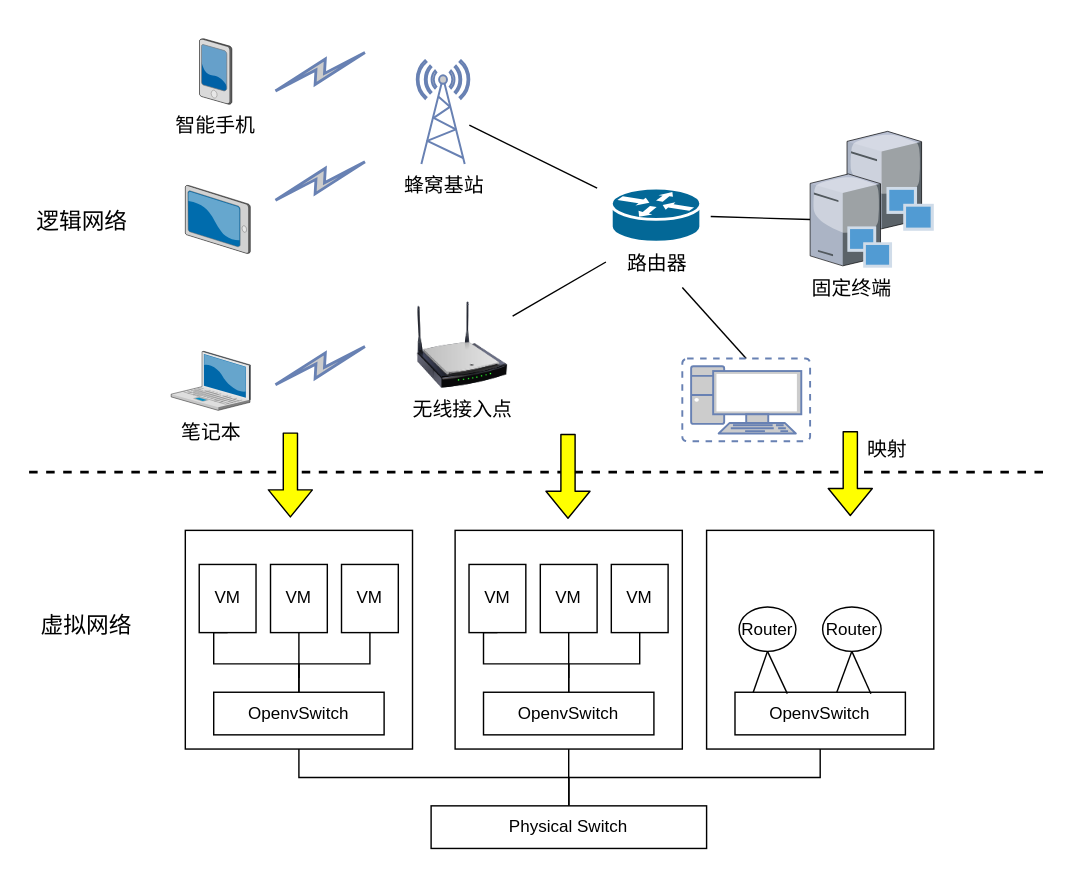
Icarus1994/neutron_conf keeps this draw.io diagram as page "逻辑网络与虚拟网络" (1 of 3) of 移动互联网场景图.drawio. Above is the earlier version. Source tidied: cells renumbered, new cells numbered last; positions are measured from the earlier drawing's top-left corner, leaving out a move shared by most shapes. Both pictures are drawn from the tidied source at 142%, with x=0, y=0 at pixel (24, 38).
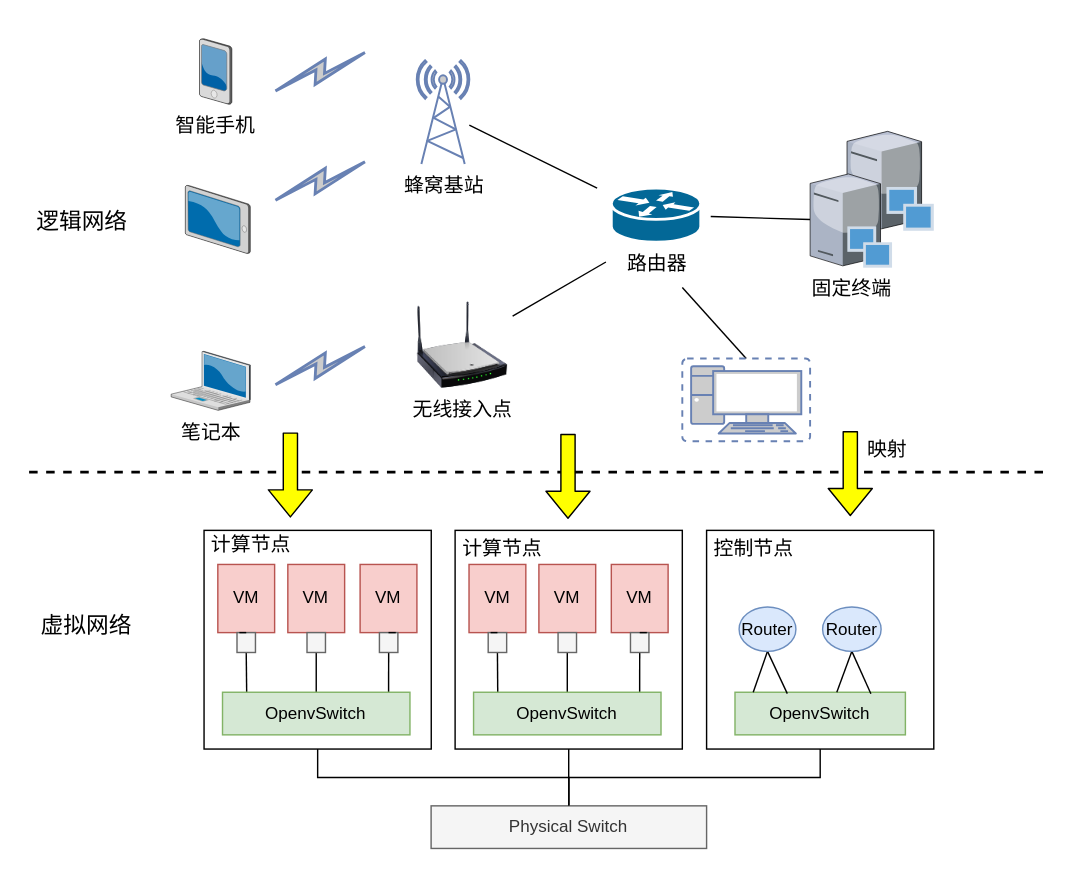
The same diagram, later.

What changed in the source:
```diff
@@
-    <mxCell id="21" style="edgeStyle=orthogonalEdgeStyle;rounded=0;jettySize=auto;html=1;exitX=0.5;exitY=1;exitDx=0;exitDy=0;entryX=0.5;entryY=0;entryDx=0;entryDy=0;endArrow=none;endFill=0;" parent="1" edge="1" source="22" target="49">
-      <mxGeometry relative="1" as="geometry" />
-    </mxCell>
-    <mxCell id="22" style="rounded=0;whiteSpace=wrap;html=1;" parent="1" vertex="1">
-      <mxGeometry x="113" y="346" width="160" height="154" as="geometry" />
-    </mxCell>
-    <mxCell id="23" style="edgeStyle=orthogonalEdgeStyle;rounded=0;jettySize=auto;html=1;exitX=0.5;exitY=1;exitDx=0;exitDy=0;endArrow=none;endFill=0;" parent="1" edge="1" source="24" target="30">
-      <mxGeometry relative="1" as="geometry">
-        <Array as="points">
-          <mxPoint x="133" y="440" />
-          <mxPoint x="193" y="440" />
-        </Array>
-      </mxGeometry>
-    </mxCell>
-    <mxCell id="24" value="VM" style="rounded=0;whiteSpace=wrap;html=1;" parent="1" vertex="1">
-      <mxGeometry x="122.8" y="370" width="40" height="48" as="geometry" />
-    </mxCell>
@@
-    <mxCell id="26" style="edgeStyle=orthogonalEdgeStyle;rounded=0;jettySize=auto;html=1;exitX=0.5;exitY=1;exitDx=0;exitDy=0;endArrow=none;endFill=0;" parent="1" edge="1" source="27">
-      <mxGeometry relative="1" as="geometry">
-        <mxPoint x="193" y="450" as="targetPoint" />
-      </mxGeometry>
-    </mxCell>
-    <mxCell id="27" value="VM" style="rounded=0;whiteSpace=wrap;html=1;" parent="1" vertex="1">
-      <mxGeometry x="173" y="370" width="40" height="48" as="geometry" />
-    </mxCell>
-    <mxCell id="28" style="edgeStyle=orthogonalEdgeStyle;rounded=0;orthogonalLoop=1;jettySize=auto;html=1;exitX=0.5;exitY=1;exitDx=0;exitDy=0;endArrow=none;endFill=0;" parent="1" edge="1">
-      <mxGeometry relative="1" as="geometry">
-        <mxPoint x="243" y="418" as="sourcePoint" />
-        <mxPoint x="193" y="460" as="targetPoint" />
-        <Array as="points">
-          <mxPoint x="243" y="440" />
-          <mxPoint x="193" y="440" />
-        </Array>
-      </mxGeometry>
-    </mxCell>
-    <mxCell id="29" value="VM" style="rounded=0;whiteSpace=wrap;html=1;" parent="1" vertex="1">
-      <mxGeometry x="223" y="370" width="40" height="48" as="geometry" />
-    </mxCell>
-    <mxCell id="30" value="OpenvSwitch" style="rounded=0;whiteSpace=wrap;html=1;" parent="1" vertex="1">
-      <mxGeometry x="133" y="460" width="120" height="30" as="geometry" />
-    </mxCell>
@@
-    <mxCell id="33" style="edgeStyle=orthogonalEdgeStyle;rounded=0;jettySize=auto;html=1;exitX=0.5;exitY=1;exitDx=0;exitDy=0;endArrow=none;endFill=0;" parent="1" edge="1" source="34" target="39">
-      <mxGeometry relative="1" as="geometry">
-        <Array as="points">
-          <mxPoint x="323" y="440" />
-          <mxPoint x="383" y="440" />
-        </Array>
-      </mxGeometry>
-    </mxCell>
+    <mxCell id="53" style="edgeStyle=orthogonalEdgeStyle;rounded=0;jettySize=auto;html=1;exitX=0.5;exitY=1;exitDx=0;exitDy=0;entryX=0.129;entryY=0.067;entryDx=0;entryDy=0;entryPerimeter=0;startArrow=none;startFill=0;endArrow=none;endFill=0;" parent="1" edge="1" source="69" target="39">
+      <mxGeometry relative="1" as="geometry" />
+    </mxCell>
-    <mxCell id="34" value="VM" style="rounded=0;whiteSpace=wrap;html=1;" parent="1" vertex="1">
+    <mxCell id="34" value="VM" style="rounded=0;whiteSpace=wrap;html=1;fillColor=#f8cecc;strokeColor=#b85450;" parent="1" vertex="1">
       <mxGeometry x="312.8" y="370" width="40" height="48" as="geometry" />
     </mxCell>
-    <mxCell id="35" style="edgeStyle=orthogonalEdgeStyle;rounded=0;jettySize=auto;html=1;exitX=0.5;exitY=1;exitDx=0;exitDy=0;endArrow=none;endFill=0;" parent="1" edge="1" source="36">
-      <mxGeometry relative="1" as="geometry">
-        <mxPoint x="383" y="450" as="targetPoint" />
-      </mxGeometry>
+    <mxCell id="35" style="edgeStyle=orthogonalEdgeStyle;rounded=0;jettySize=auto;html=1;exitX=0.5;exitY=1;exitDx=0;exitDy=0;endArrow=none;endFill=0;entryX=0.5;entryY=0;entryDx=0;entryDy=0;" parent="1" edge="1" source="71" target="39">
+      <mxGeometry relative="1" as="geometry" />
     </mxCell>
-    <mxCell id="36" value="VM" style="rounded=0;whiteSpace=wrap;html=1;" parent="1" vertex="1">
-      <mxGeometry x="363" y="370" width="40" height="48" as="geometry" />
+    <mxCell id="36" value="VM" style="rounded=0;whiteSpace=wrap;html=1;fillColor=#f8cecc;strokeColor=#b85450;" parent="1" vertex="1">
+      <mxGeometry x="362" y="370" width="40" height="48" as="geometry" />
     </mxCell>
-    <mxCell id="37" style="edgeStyle=orthogonalEdgeStyle;rounded=0;orthogonalLoop=1;jettySize=auto;html=1;exitX=0.5;exitY=1;exitDx=0;exitDy=0;endArrow=none;endFill=0;" parent="1" edge="1">
-      <mxGeometry relative="1" as="geometry">
-        <mxPoint x="433" y="418" as="sourcePoint" />
-        <mxPoint x="383" y="460" as="targetPoint" />
-        <Array as="points">
-          <mxPoint x="433" y="440" />
-          <mxPoint x="383" y="440" />
-        </Array>
-      </mxGeometry>
-    </mxCell>
+    <mxCell id="54" style="edgeStyle=orthogonalEdgeStyle;rounded=0;jettySize=auto;html=1;exitX=0.5;exitY=1;exitDx=0;exitDy=0;entryX=0.886;entryY=0.033;entryDx=0;entryDy=0;entryPerimeter=0;startArrow=none;startFill=0;endArrow=none;endFill=0;" parent="1" edge="1" source="73" target="39">
+      <mxGeometry relative="1" as="geometry" />
+    </mxCell>
-    <mxCell id="38" value="VM" style="rounded=0;whiteSpace=wrap;html=1;" parent="1" vertex="1">
+    <mxCell id="38" value="VM" style="rounded=0;whiteSpace=wrap;html=1;fillColor=#f8cecc;strokeColor=#b85450;" parent="1" vertex="1">
       <mxGeometry x="413" y="370" width="40" height="48" as="geometry" />
     </mxCell>
-    <mxCell id="39" value="OpenvSwitch" style="rounded=0;whiteSpace=wrap;html=1;" parent="1" vertex="1">
-      <mxGeometry x="323" y="460" width="120" height="30" as="geometry" />
+    <mxCell id="39" value="OpenvSwitch" style="rounded=0;whiteSpace=wrap;html=1;fillColor=#d5e8d4;strokeColor=#82b366;" parent="1" vertex="1">
+      <mxGeometry x="316" y="460" width="132" height="30" as="geometry" />
     </mxCell>
@@
-    <mxCell id="42" value="OpenvSwitch" style="rounded=0;whiteSpace=wrap;html=1;" parent="1" vertex="1">
+    <mxCell id="42" value="OpenvSwitch" style="rounded=0;whiteSpace=wrap;html=1;fillColor=#d5e8d4;strokeColor=#82b366;" parent="1" vertex="1">
       <mxGeometry x="500.1" y="460" width="120" height="30" as="geometry" />
     </mxCell>
@@
-    <mxCell id="45" value="Router" style="ellipse;whiteSpace=wrap;html=1;" parent="1" vertex="1">
+    <mxCell id="45" value="Router" style="ellipse;whiteSpace=wrap;html=1;fillColor=#dae8fc;strokeColor=#6c8ebf;" parent="1" vertex="1">
       <mxGeometry x="503" y="400" width="40" height="31.2" as="geometry" />
     </mxCell>
@@
-    <mxCell id="48" value="Router" style="ellipse;whiteSpace=wrap;html=1;" parent="1" vertex="1">
+    <mxCell id="48" value="Router" style="ellipse;whiteSpace=wrap;html=1;fillColor=#dae8fc;strokeColor=#6c8ebf;" parent="1" vertex="1">
       <mxGeometry x="561.8" y="400" width="41.2" height="31.2" as="geometry" />
     </mxCell>
-    <mxCell id="49" value="Physical Switch" style="rounded=0;whiteSpace=wrap;html=1;" parent="1" vertex="1">
+    <mxCell id="49" value="Physical Switch" style="rounded=0;whiteSpace=wrap;html=1;fillColor=#f5f5f5;strokeColor=#666666;fontColor=#333333;" parent="1" vertex="1">
       <mxGeometry x="286.1" y="540" width="194" height="30" as="geometry" />
     </mxCell>
@@
+    <mxCell id="55" style="edgeStyle=orthogonalEdgeStyle;rounded=0;jettySize=auto;html=1;exitX=0.5;exitY=1;exitDx=0;exitDy=0;entryX=0.5;entryY=0;entryDx=0;entryDy=0;startArrow=none;startFill=0;endArrow=none;endFill=0;" parent="1" edge="1" source="56" target="49">
+      <mxGeometry relative="1" as="geometry" />
+    </mxCell>
+    <mxCell id="56" style="rounded=0;whiteSpace=wrap;html=1;" parent="1" vertex="1">
+      <mxGeometry x="126.2" y="346" width="160" height="154" as="geometry" />
+    </mxCell>
+    <mxCell id="57" style="edgeStyle=orthogonalEdgeStyle;rounded=0;jettySize=auto;html=1;exitX=0.5;exitY=1;exitDx=0;exitDy=0;entryX=0.129;entryY=0.067;entryDx=0;entryDy=0;entryPerimeter=0;startArrow=none;startFill=0;endArrow=none;endFill=0;" parent="1" edge="1" source="63" target="30">
+      <mxGeometry relative="1" as="geometry" />
+    </mxCell>
+    <mxCell id="58" value="VM" style="rounded=0;whiteSpace=wrap;html=1;fillColor=#f8cecc;strokeColor=#b85450;" parent="1" vertex="1">
+      <mxGeometry x="135.9" y="370" width="40" height="48" as="geometry" />
+    </mxCell>
+    <mxCell id="59" style="edgeStyle=orthogonalEdgeStyle;rounded=0;jettySize=auto;html=1;exitX=0.5;exitY=1;exitDx=0;exitDy=0;endArrow=none;endFill=0;entryX=0.5;entryY=0;entryDx=0;entryDy=0;" parent="1" edge="1" source="65" target="30">
+      <mxGeometry relative="1" as="geometry" />
+    </mxCell>
+    <mxCell id="60" value="VM" style="rounded=0;whiteSpace=wrap;html=1;fillColor=#f8cecc;strokeColor=#b85450;" parent="1" vertex="1">
+      <mxGeometry x="185.2" y="370" width="40" height="48" as="geometry" />
+    </mxCell>
+    <mxCell id="61" style="edgeStyle=orthogonalEdgeStyle;rounded=0;jettySize=auto;html=1;exitX=0.5;exitY=1;exitDx=0;exitDy=0;entryX=0.886;entryY=0.033;entryDx=0;entryDy=0;entryPerimeter=0;startArrow=none;startFill=0;endArrow=none;endFill=0;" parent="1" edge="1" source="67" target="30">
+      <mxGeometry relative="1" as="geometry" />
+    </mxCell>
+    <mxCell id="62" value="VM" style="rounded=0;whiteSpace=wrap;html=1;fillColor=#f8cecc;strokeColor=#b85450;" parent="1" vertex="1">
+      <mxGeometry x="236.1" y="370" width="40" height="48" as="geometry" />
+    </mxCell>
+    <mxCell id="30" value="OpenvSwitch" style="rounded=0;whiteSpace=wrap;html=1;fillColor=#d5e8d4;strokeColor=#82b366;" parent="1" vertex="1">
+      <mxGeometry x="139.2" y="460" width="132" height="30" as="geometry" />
+    </mxCell>
+    <mxCell id="63" style="rounded=0;whiteSpace=wrap;html=1;shadow=0;strokeColor=#666666;fillColor=#f5f5f5;fontColor=#333333;" parent="1" vertex="1">
+      <mxGeometry x="149.4" y="418" width="13" height="14" as="geometry" />
+    </mxCell>
+    <mxCell id="64" style="edgeStyle=orthogonalEdgeStyle;rounded=0;jettySize=auto;html=1;exitX=0.5;exitY=1;exitDx=0;exitDy=0;entryX=0.129;entryY=0.067;entryDx=0;entryDy=0;entryPerimeter=0;startArrow=none;startFill=0;endArrow=none;endFill=0;" parent="1" edge="1" source="58" target="63">
+      <mxGeometry relative="1" as="geometry" />
+    </mxCell>
+    <mxCell id="65" style="rounded=0;whiteSpace=wrap;html=1;shadow=0;strokeColor=#666666;fillColor=#f5f5f5;fontColor=#333333;" parent="1" vertex="1">
+      <mxGeometry x="198.7" y="418" width="13" height="14" as="geometry" />
+    </mxCell>
+    <mxCell id="66" style="edgeStyle=orthogonalEdgeStyle;rounded=0;jettySize=auto;html=1;exitX=0.5;exitY=1;exitDx=0;exitDy=0;endArrow=none;endFill=0;entryX=0.5;entryY=0;entryDx=0;entryDy=0;" parent="1" edge="1" source="60" target="65">
+      <mxGeometry relative="1" as="geometry" />
+    </mxCell>
+    <mxCell id="67" style="rounded=0;whiteSpace=wrap;html=1;shadow=0;strokeColor=#666666;fillColor=#f5f5f5;fontColor=#333333;" parent="1" vertex="1">
+      <mxGeometry x="249.7" y="418" width="13" height="14" as="geometry" />
+    </mxCell>
+    <mxCell id="68" style="edgeStyle=orthogonalEdgeStyle;rounded=0;jettySize=auto;html=1;exitX=0.5;exitY=1;exitDx=0;exitDy=0;entryX=0.886;entryY=0.033;entryDx=0;entryDy=0;entryPerimeter=0;startArrow=none;startFill=0;endArrow=none;endFill=0;" parent="1" edge="1" source="62" target="67">
+      <mxGeometry relative="1" as="geometry" />
+    </mxCell>
+    <mxCell id="69" style="rounded=0;whiteSpace=wrap;html=1;shadow=0;strokeColor=#666666;fillColor=#f5f5f5;fontColor=#333333;" parent="1" vertex="1">
+      <mxGeometry x="326.3" y="418" width="13" height="14" as="geometry" />
+    </mxCell>
+    <mxCell id="70" style="edgeStyle=orthogonalEdgeStyle;rounded=0;jettySize=auto;html=1;exitX=0.5;exitY=1;exitDx=0;exitDy=0;entryX=0.129;entryY=0.067;entryDx=0;entryDy=0;entryPerimeter=0;startArrow=none;startFill=0;endArrow=none;endFill=0;" parent="1" edge="1" source="34" target="69">
+      <mxGeometry relative="1" as="geometry" />
+    </mxCell>
+    <mxCell id="71" style="rounded=0;whiteSpace=wrap;html=1;shadow=0;strokeColor=#666666;fillColor=#f5f5f5;fontColor=#333333;" parent="1" vertex="1">
+      <mxGeometry x="375.5" y="418" width="13" height="14" as="geometry" />
+    </mxCell>
+    <mxCell id="72" style="edgeStyle=orthogonalEdgeStyle;rounded=0;jettySize=auto;html=1;exitX=0.5;exitY=1;exitDx=0;exitDy=0;endArrow=none;endFill=0;entryX=0.5;entryY=0;entryDx=0;entryDy=0;" parent="1" edge="1" source="36" target="71">
+      <mxGeometry relative="1" as="geometry" />
+    </mxCell>
+    <mxCell id="73" style="rounded=0;whiteSpace=wrap;html=1;shadow=0;strokeColor=#666666;fillColor=#f5f5f5;fontColor=#333333;" parent="1" vertex="1">
+      <mxGeometry x="426.5" y="418" width="13" height="14" as="geometry" />
+    </mxCell>
+    <mxCell id="74" style="edgeStyle=orthogonalEdgeStyle;rounded=0;jettySize=auto;html=1;exitX=0.5;exitY=1;exitDx=0;exitDy=0;entryX=0.886;entryY=0.033;entryDx=0;entryDy=0;entryPerimeter=0;startArrow=none;startFill=0;endArrow=none;endFill=0;" parent="1" edge="1" source="38" target="73">
+      <mxGeometry relative="1" as="geometry" />
+    </mxCell>
+    <mxCell id="75" value="&lt;font style=&quot;font-size: 14px&quot;&gt;计算节点&lt;/font&gt;" style="text;html=1;align=center;verticalAlign=middle;" parent="1" vertex="1">
+      <mxGeometry x="126.2" y="346" width="66" height="19" as="geometry" />
+    </mxCell>
+    <mxCell id="76" value="&lt;font style=&quot;font-size: 14px&quot;&gt;计算节点&lt;/font&gt;" style="text;html=1;align=center;verticalAlign=middle;" parent="1" vertex="1">
+      <mxGeometry x="303" y="349" width="66" height="19" as="geometry" />
+    </mxCell>
+    <mxCell id="77" value="&lt;font style=&quot;font-size: 14px&quot;&gt;控制节点&lt;/font&gt;" style="text;html=1;align=center;verticalAlign=middle;" parent="1" vertex="1">
+      <mxGeometry x="480.1" y="349" width="66" height="19" as="geometry" />
+    </mxCell>
```
